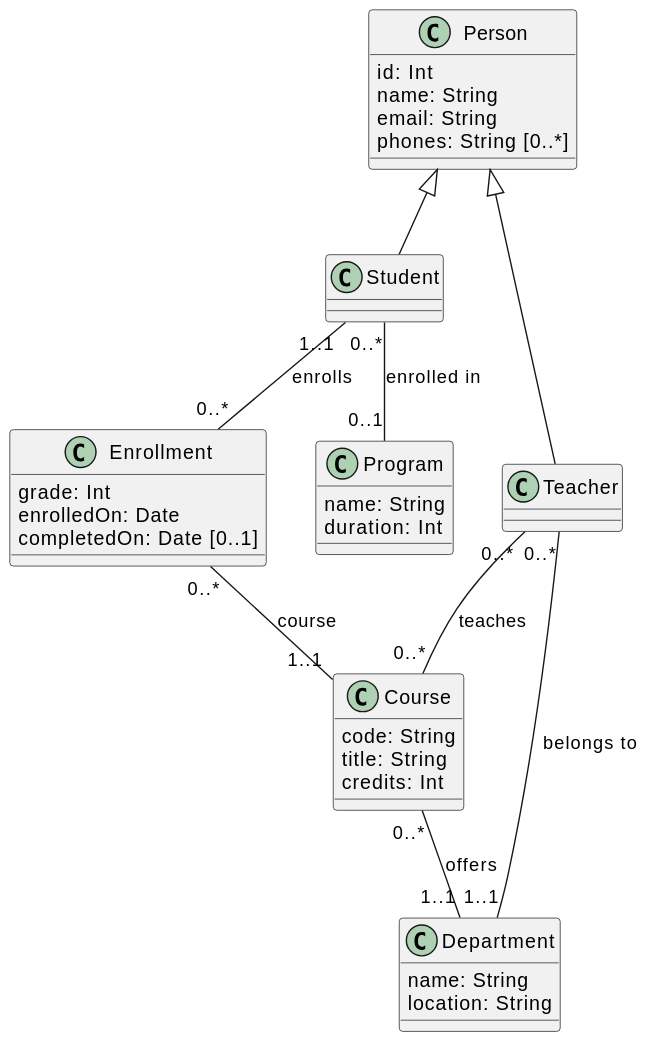
Earlier version of the PlantUML export HW1/NPRG036-T1GB-HW1/1/domain.svg (MarkSeliverstov/NPRG036-data-formats).
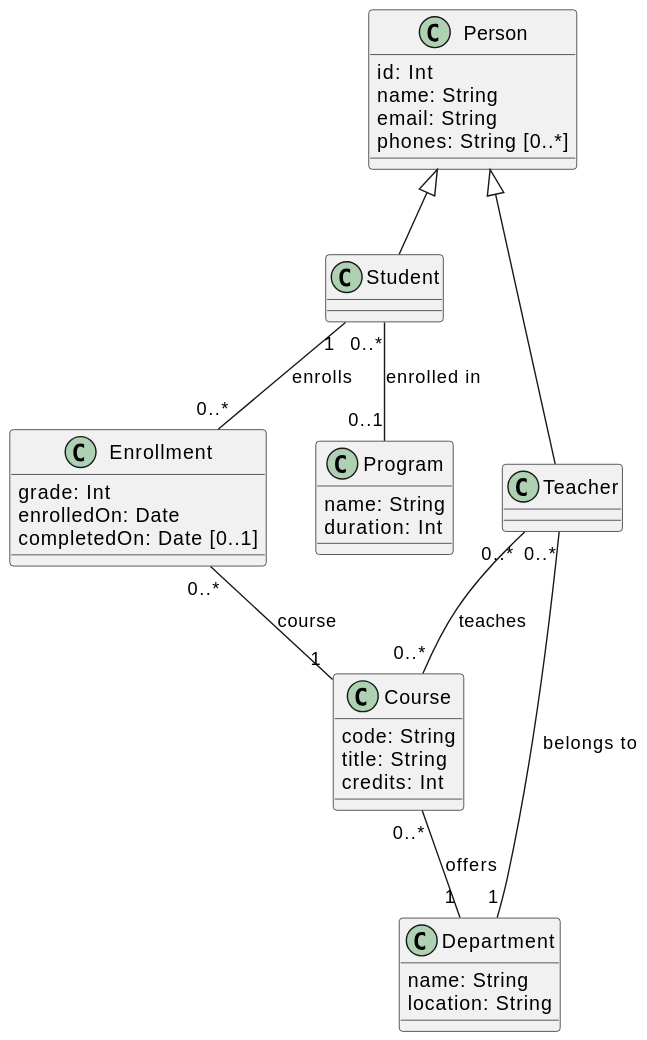
After the change.

Commit message:
fix: using 1 instead of 1..1

Change to the diagram source:
```diff
@@ -35,12 +35,12 @@
 Person <|-- Student
 Person <|-- Teacher
 
-Student "1..1" -- "0..*" Enrollment : enrolls
-Enrollment "0..*" -- "1..1" Course : course
+Student "1" -- "0..*" Enrollment : enrolls
+Enrollment "0..*" -- "1" Course : course
 
 Teacher "0..*" -- "0..*" Course : teaches
-Teacher "0..*" -- "1..1" Department : belongs to
+Teacher "0..*" -- "1" Department : belongs to
 
-Course "0..*" -- "1..1" Department : offers
+Course "0..*" -- "1" Department : offers
 Student "0..*" -- "0..1" Program : enrolled in
 @enduml
```
